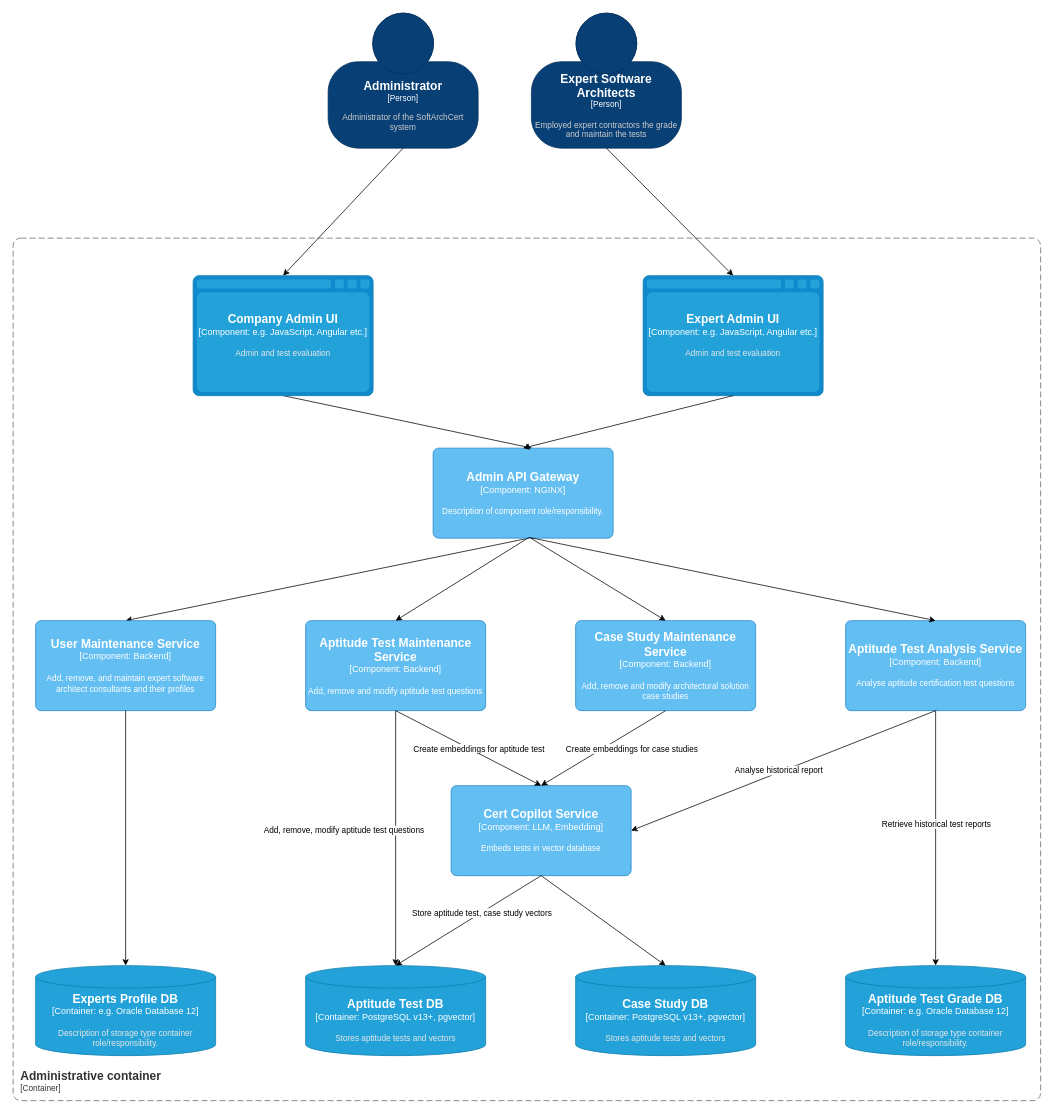
Earlier version of the draw.io diagram page "C3-Admin Container Components_v2" (4 of 7) of Certifiable c4.drawio (architectrons/arch-kata-2025). Source tidied: cells renumbered, new cells numbered last; positions are measured from the earlier drawing's top-left corner, leaving out a move shared by most shapes. Both pictures are drawn from the tidied source at 75%, with x=0, y=0 at pixel (13, 13).
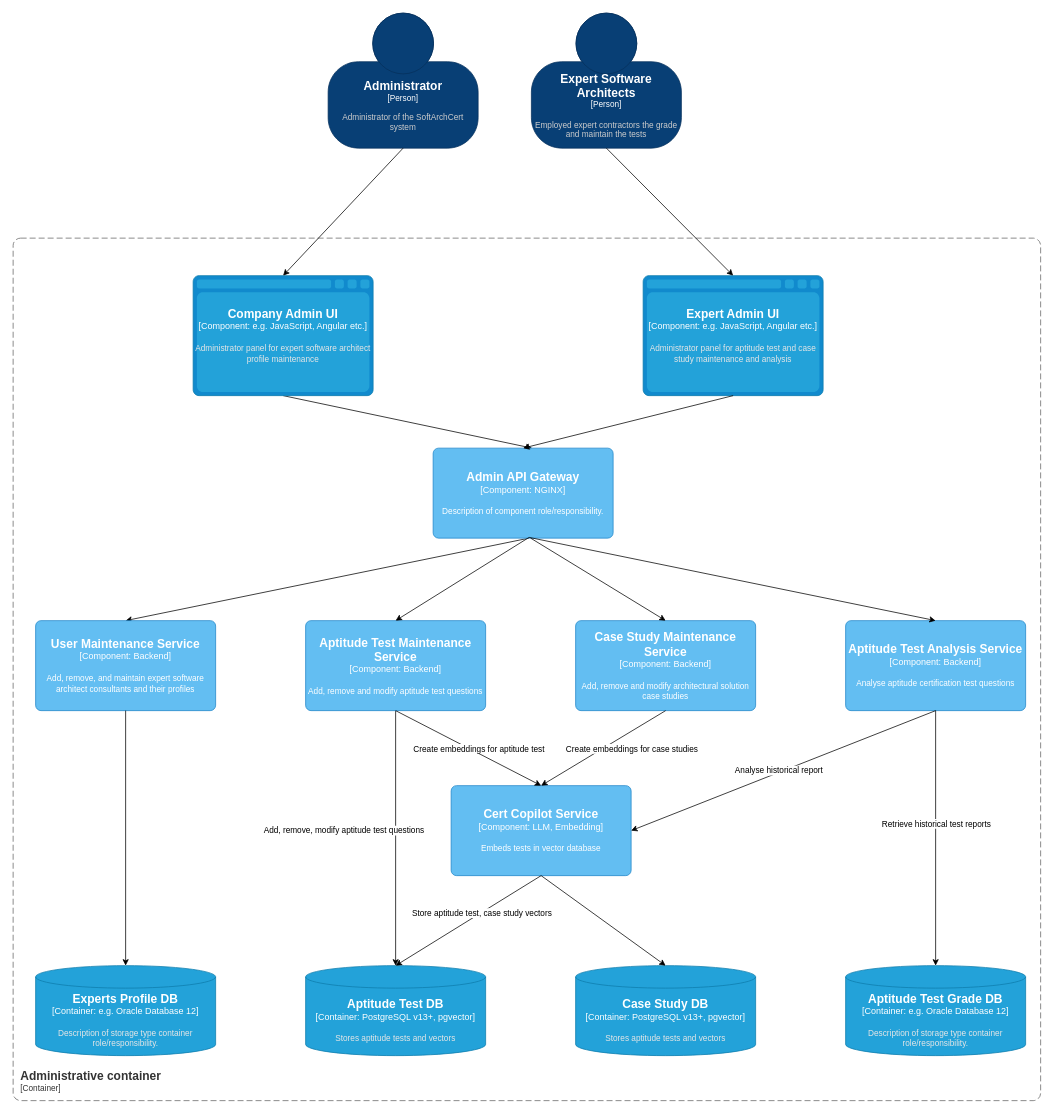
The same page after the edit.

Commit message (it also covers changes not shown here):
Minor changes to admin architecture descriptions

Change to the diagram source:
```diff
@@
-    <object id="3" label="&lt;font style=&quot;font-size: 16px&quot;&gt;&lt;b&gt;%c4Name%&lt;/b&gt;&lt;/font&gt;&lt;div&gt;[%c4Type%:&amp;nbsp;%c4Technology%]&lt;/div&gt;&lt;br&gt;&lt;div&gt;&lt;font style=&quot;font-size: 11px&quot;&gt;&lt;font color=&quot;#E6E6E6&quot;&gt;%c4Description%&lt;/font&gt;&lt;/div&gt;" c4Description="Admin and test evaluation" c4Name="Company Admin UI" c4Technology="e.g. JavaScript, Angular etc." c4Type="Component" placeholders="1">
+    <object id="3" label="&lt;font style=&quot;font-size: 16px&quot;&gt;&lt;b&gt;%c4Name%&lt;/b&gt;&lt;/font&gt;&lt;div&gt;[%c4Type%:&amp;nbsp;%c4Technology%]&lt;/div&gt;&lt;br&gt;&lt;div&gt;&lt;font style=&quot;font-size: 11px&quot;&gt;&lt;font color=&quot;#E6E6E6&quot;&gt;%c4Description%&lt;/font&gt;&lt;/div&gt;" c4Description="Administrator panel for expert software architect profile maintenance" c4Name="Company Admin UI" c4Technology="e.g. JavaScript, Angular etc." c4Type="Component" placeholders="1">
       <mxCell style="shape=mxgraph.c4.webBrowserContainer2;whiteSpace=wrap;html=1;boundedLbl=1;rounded=0;labelBackgroundColor=none;strokeColor=#118ACD;fillColor=#23A2D9;strokeColor=#118ACD;strokeColor2=#0E7DAD;fontSize=12;fontColor=#ffffff;align=center;points=[[0.5,0,0],[1,0.25,0],[1,0.5,0],[1,0.75,0],[0.5,1,0],[0,0.75,0],[0,0.5,0],[0,0.25,0]];" parent="1" vertex="1">
         <mxGeometry x="240" y="350" width="240" height="160" as="geometry" />
       </mxCell>
     </object>
@@
-    <object id="8" label="&lt;font style=&quot;font-size: 16px&quot;&gt;&lt;b&gt;%c4Name%&lt;/b&gt;&lt;/font&gt;&lt;div&gt;[%c4Type%:&amp;nbsp;%c4Technology%]&lt;/div&gt;&lt;br&gt;&lt;div&gt;&lt;font style=&quot;font-size: 11px&quot;&gt;&lt;font color=&quot;#E6E6E6&quot;&gt;%c4Description%&lt;/font&gt;&lt;/div&gt;" c4Description="Admin and test evaluation" c4Name="Expert Admin UI" c4Technology="e.g. JavaScript, Angular etc." c4Type="Component" placeholders="1">
+    <object id="8" label="&lt;font style=&quot;font-size: 16px&quot;&gt;&lt;b&gt;%c4Name%&lt;/b&gt;&lt;/font&gt;&lt;div&gt;[%c4Type%:&amp;nbsp;%c4Technology%]&lt;/div&gt;&lt;br&gt;&lt;div&gt;&lt;font style=&quot;font-size: 11px&quot;&gt;&lt;font color=&quot;#E6E6E6&quot;&gt;%c4Description%&lt;/font&gt;&lt;/div&gt;" c4Description="Administrator panel for aptitude test and case study maintenance and analysis" c4Name="Expert Admin UI" c4Technology="e.g. JavaScript, Angular etc." c4Type="Component" placeholders="1">
       <mxCell style="shape=mxgraph.c4.webBrowserContainer2;whiteSpace=wrap;html=1;boundedLbl=1;rounded=0;labelBackgroundColor=none;strokeColor=#118ACD;fillColor=#23A2D9;strokeColor=#118ACD;strokeColor2=#0E7DAD;fontSize=12;fontColor=#ffffff;align=center;points=[[0.5,0,0],[1,0.25,0],[1,0.5,0],[1,0.75,0],[0.5,1,0],[0,0.75,0],[0,0.5,0],[0,0.25,0]];" parent="1" vertex="1">
         <mxGeometry x="840" y="350" width="240" height="160" as="geometry" />
       </mxCell>
     </object>
```
